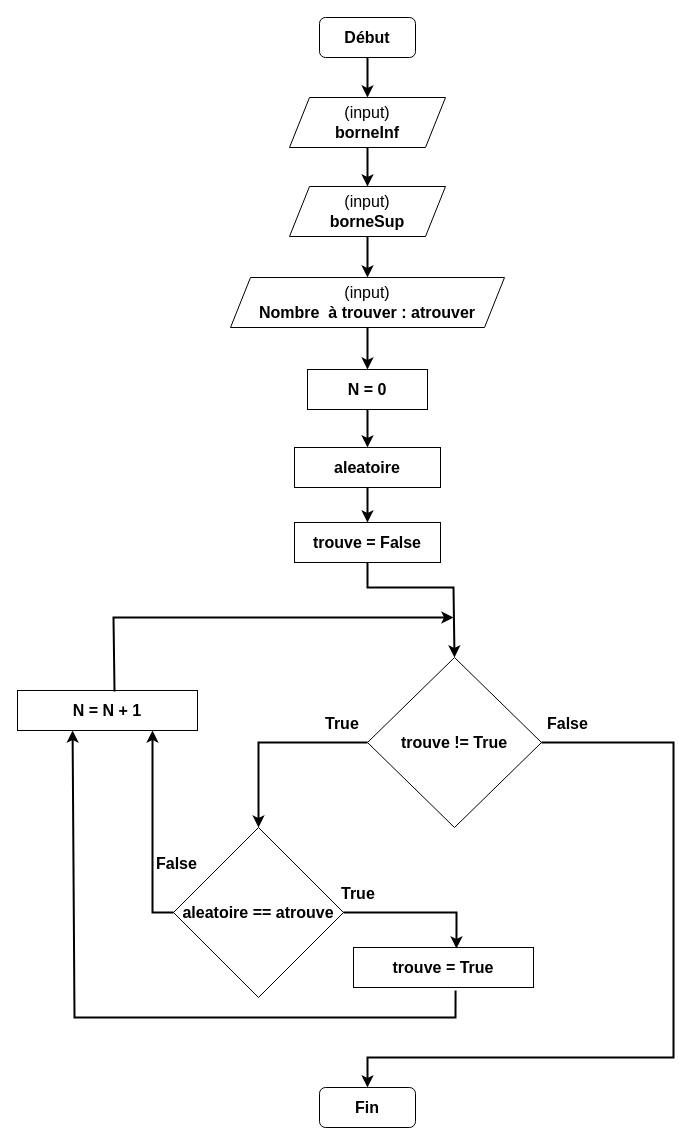
Before: 2M/prog/complexite/algorigrammes/RechercheAleatoireAvecRemise.drawio in vkeller/modulo-gybe, a draw.io diagram. Source tidied: cells renumbered, new cells numbered last; positions are measured from the earlier drawing's top-left corner, leaving out a move shared by most shapes. Both pictures are drawn from the tidied source at 100%, with x=0, y=0 at pixel (17, 17).
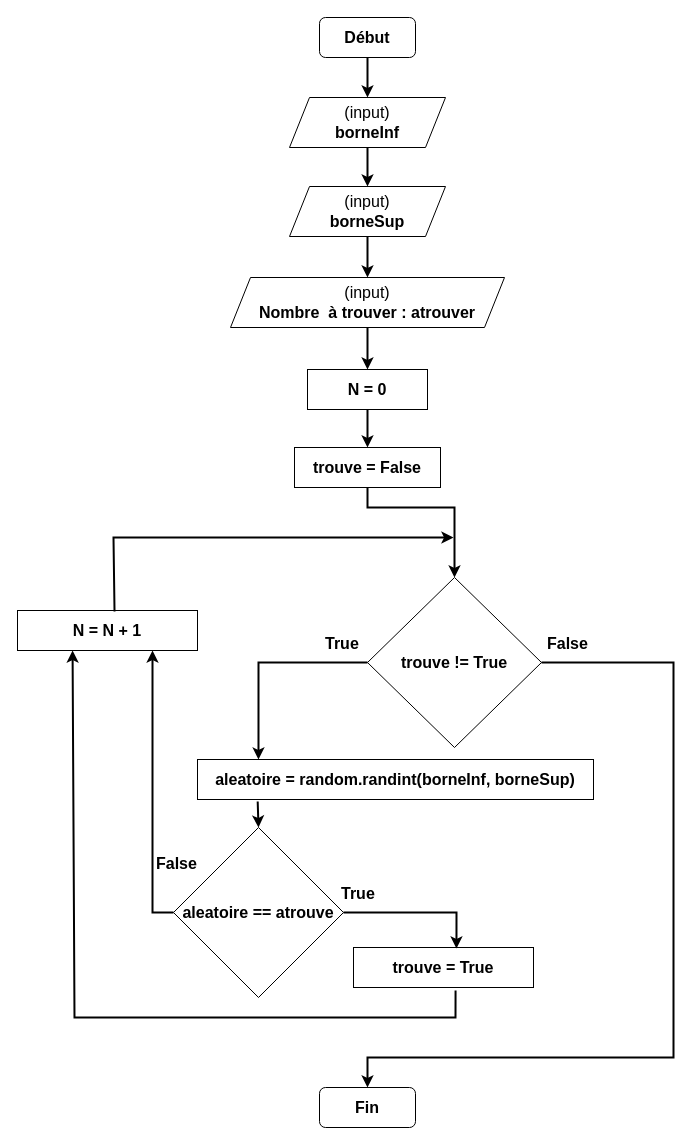
Above is the later version.

Commit message (it also covers changes not shown here):
Modif algorigramme recherche aléatoire avec

Unchanged cells that the change refers to:
```xml
<mxCell id="6" value="&lt;b&gt;N = 0&lt;/b&gt;" style="rounded=0;whiteSpace=wrap;html=1;fontSize=16;" parent="1" vertex="1">
  <mxGeometry x="290" y="352" width="120" height="40" as="geometry" />
</mxCell>
<mxCell id="16" value="&lt;b&gt;aleatoire == atrouve&lt;/b&gt;" style="rhombus;whiteSpace=wrap;html=1;fontSize=16;" parent="1" vertex="1">
  <mxGeometry x="156" y="810" width="170" height="170" as="geometry" />
</mxCell>
<mxCell id="18" value="&lt;font style=&quot;font-size: 16px;&quot;&gt;&lt;b&gt;Fin&lt;/b&gt;&lt;/font&gt;" style="rounded=1;whiteSpace=wrap;html=1;" parent="1" vertex="1">
  <mxGeometry x="302" y="1070" width="96" height="40" as="geometry" />
</mxCell>
```

The edit, as a diff of the source:
```diff
@@
-    <mxCell id="7" value="&lt;b&gt;aleatoire&lt;/b&gt;" style="rounded=0;whiteSpace=wrap;html=1;fontSize=16;" parent="1" vertex="1">
-      <mxGeometry x="277" y="430" width="146" height="40" as="geometry" />
+    <mxCell id="7" value="&lt;b&gt;aleatoire = random.randint(borneInf, borneSup)&lt;/b&gt;" style="rounded=0;whiteSpace=wrap;html=1;fontSize=16;" parent="1" vertex="1">
+      <mxGeometry x="180" y="742" width="396" height="40" as="geometry" />
     </mxCell>
@@
-    <mxCell id="12" style="endArrow=classic;html=1;rounded=0;strokeWidth=2;fontSize=16;exitX=0.5;exitY=1;exitDx=0;exitDy=0;" parent="1" edge="1" source="6" target="7">
-      <mxGeometry relative="1" as="geometry" />
-    </mxCell>
     <mxCell id="13" value="&lt;b&gt;trouve = False&lt;/b&gt;" style="rounded=0;whiteSpace=wrap;html=1;fontSize=16;" parent="1" vertex="1">
-      <mxGeometry x="277" y="505" width="146" height="40" as="geometry" />
+      <mxGeometry x="277" y="430" width="146" height="40" as="geometry" />
     </mxCell>
-    <mxCell id="14" style="endArrow=classic;html=1;rounded=0;strokeWidth=2;fontSize=16;exitX=0.5;exitY=1;exitDx=0;exitDy=0;entryX=0.5;entryY=0;entryDx=0;entryDy=0;" parent="1" edge="1" source="7" target="13">
-      <mxGeometry relative="1" as="geometry" />
-    </mxCell>
     <mxCell id="15" value="&lt;b&gt;trouve != True&lt;/b&gt;" style="rhombus;whiteSpace=wrap;html=1;fontSize=16;" parent="1" vertex="1">
-      <mxGeometry x="350" y="640" width="174" height="170" as="geometry" />
+      <mxGeometry x="350" y="560" width="174" height="170" as="geometry" />
     </mxCell>
@@
     <mxCell id="17" value="&lt;b&gt;N = N + 1&lt;/b&gt;" style="rounded=0;whiteSpace=wrap;html=1;fontSize=16;" parent="1" vertex="1">
-      <mxGeometry y="673" width="180" height="40" as="geometry" />
+      <mxGeometry y="593" width="180" height="40" as="geometry" />
     </mxCell>
@@
-    <mxCell id="20" style="endArrow=classic;html=1;rounded=0;strokeWidth=2;fontSize=16;exitX=0.5;exitY=1;exitDx=0;exitDy=0;entryX=0.5;entryY=0;entryDx=0;entryDy=0;" parent="1" edge="1" source="13" target="15">
-      <mxGeometry relative="1" as="geometry">
-        <Array as="points">
-          <mxPoint x="350" y="570" />
-          <mxPoint x="436" y="570" />
-        </Array>
-      </mxGeometry>
-    </mxCell>
     <mxCell id="21" style="endArrow=classic;html=1;rounded=0;strokeWidth=2;fontSize=16;exitX=0.539;exitY=0.025;exitDx=0;exitDy=0;exitPerimeter=0;" parent="1" edge="1" source="17">
       <mxGeometry relative="1" as="geometry">
-        <mxPoint x="436" y="600" as="targetPoint" />
+        <mxPoint x="436" y="520" as="targetPoint" />
         <Array as="points">
-          <mxPoint x="96" y="600" />
+          <mxPoint x="96" y="520" />
         </Array>
       </mxGeometry>
     </mxCell>
-    <mxCell id="22" style="endArrow=classic;html=1;rounded=0;strokeWidth=2;fontSize=16;exitX=0;exitY=0.5;exitDx=0;exitDy=0;entryX=0.5;entryY=0;entryDx=0;entryDy=0;" parent="1" edge="1" source="15" target="16">
+    <mxCell id="22" style="endArrow=classic;html=1;rounded=0;strokeWidth=2;fontSize=16;exitX=0;exitY=0.5;exitDx=0;exitDy=0;entryX=0.154;entryY=0;entryDx=0;entryDy=0;entryPerimeter=0;" parent="1" edge="1" source="15" target="7">
       <mxGeometry relative="1" as="geometry">
         <Array as="points">
-          <mxPoint x="241" y="725" />
+          <mxPoint x="241" y="645" />
         </Array>
       </mxGeometry>
     </mxCell>
     <mxCell id="23" style="endArrow=classic;html=1;rounded=0;strokeWidth=2;fontSize=16;exitX=1;exitY=0.5;exitDx=0;exitDy=0;entryX=0.5;entryY=0;entryDx=0;entryDy=0;" parent="1" edge="1" source="15" target="18">
       <mxGeometry relative="1" as="geometry">
         <Array as="points">
-          <mxPoint x="656" y="725" />
+          <mxPoint x="656" y="645" />
           <mxPoint x="656" y="1040" />
           <mxPoint x="350" y="1040" />
         </Array>
       </mxGeometry>
     </mxCell>
@@
     <mxCell id="29" value="True" style="text;strokeColor=none;fillColor=none;align=left;verticalAlign=middle;spacingLeft=4;spacingRight=4;overflow=hidden;fontSize=16;fontStyle=1;" parent="1" vertex="1">
-      <mxGeometry x="302" y="690" width="80" height="30" as="geometry" />
+      <mxGeometry x="302" y="610" width="80" height="30" as="geometry" />
     </mxCell>
     <mxCell id="30" value="False" style="text;strokeColor=none;fillColor=none;align=left;verticalAlign=middle;spacingLeft=4;spacingRight=4;overflow=hidden;fontSize=16;fontStyle=1;" parent="1" vertex="1">
-      <mxGeometry x="524" y="690" width="80" height="30" as="geometry" />
+      <mxGeometry x="524" y="610" width="80" height="30" as="geometry" />
     </mxCell>
+    <mxCell id="31" style="endArrow=classic;html=1;rounded=0;strokeWidth=2;fontSize=16;exitX=0.5;exitY=1;exitDx=0;exitDy=0;entryX=0.5;entryY=0;entryDx=0;entryDy=0;" parent="1" edge="1" source="6" target="13">
+      <mxGeometry relative="1" as="geometry" />
+    </mxCell>
+    <mxCell id="20" style="endArrow=classic;html=1;rounded=0;strokeWidth=2;fontSize=16;exitX=0.5;exitY=1;exitDx=0;exitDy=0;entryX=0.5;entryY=0;entryDx=0;entryDy=0;" parent="1" edge="1" source="13" target="15">
+      <mxGeometry relative="1" as="geometry">
+        <Array as="points">
+          <mxPoint x="350" y="490" />
+          <mxPoint x="437" y="490" />
+        </Array>
+      </mxGeometry>
+    </mxCell>
+    <mxCell id="32" style="endArrow=classic;html=1;rounded=0;strokeWidth=2;fontSize=16;exitX=0.152;exitY=1.05;exitDx=0;exitDy=0;entryX=0.5;entryY=0;entryDx=0;entryDy=0;exitPerimeter=0;" parent="1" edge="1" source="7" target="16">
+      <mxGeometry relative="1" as="geometry" />
+    </mxCell>
```
